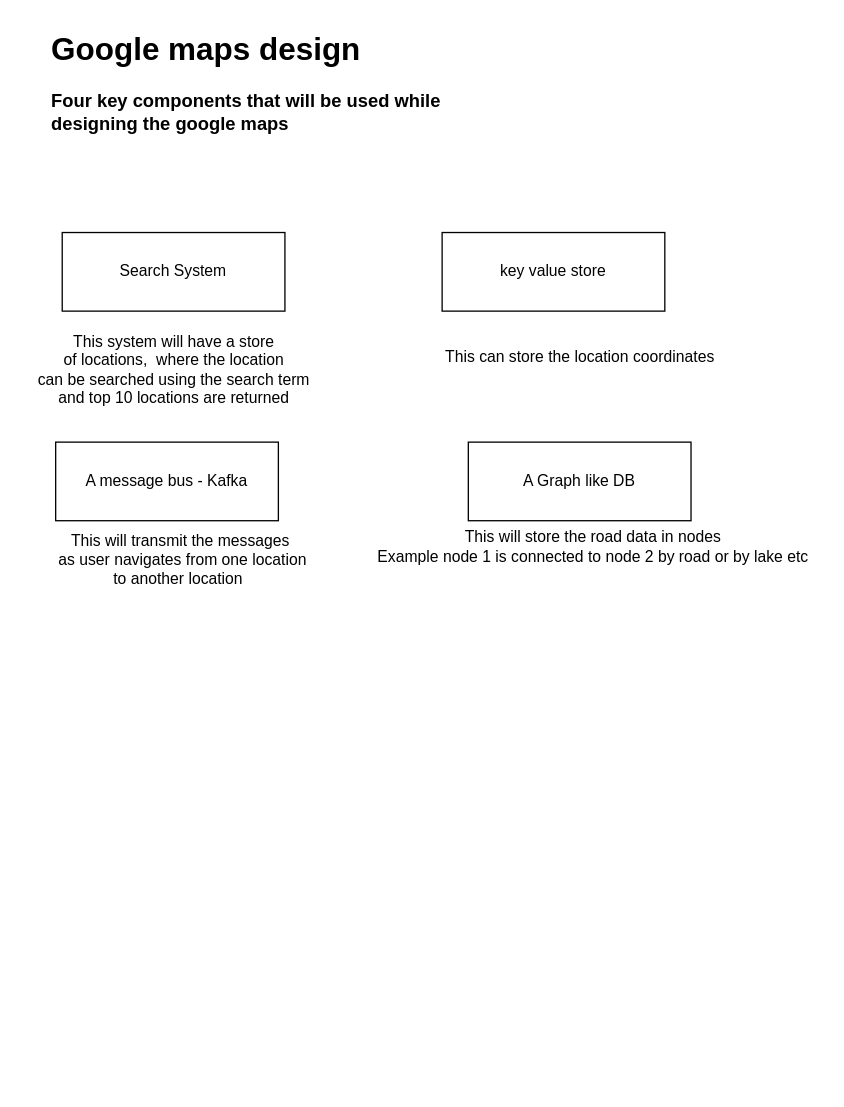
anshul1790/system-design-playground keeps this draw.io diagram as GoogleMaps HLD.drawio. Above is the earlier version. Source tidied: cells renumbered, new cells numbered last; positions are measured from the earlier drawing's top-left corner, leaving out a move shared by most shapes. Both pictures are drawn from the tidied source at 131%, with x=0, y=0 at pixel (22, 22).
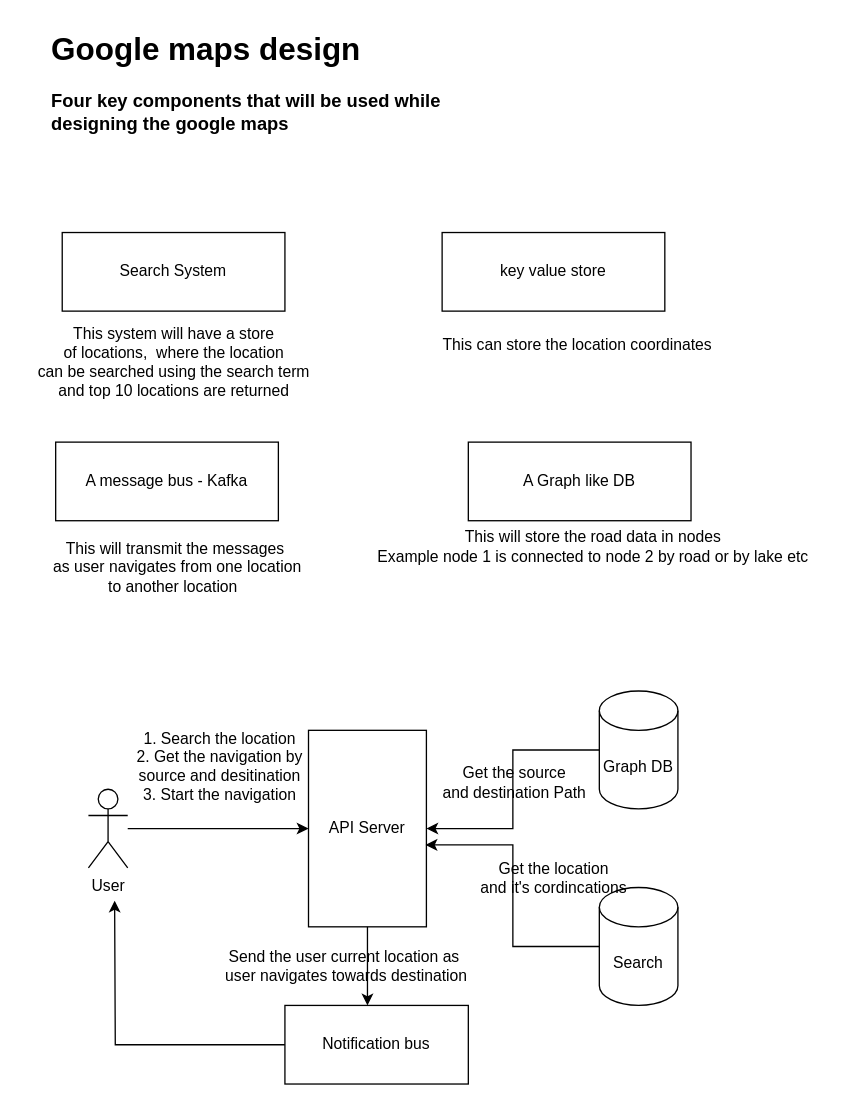
The same diagram, later.

Change to the diagram source:
```diff
@@
     <mxCell id="4" value="This system will have a store&lt;div&gt;of locations,&amp;nbsp;&amp;nbsp;&lt;span style=&quot;background-color: initial;&quot;&gt;where the location&lt;/span&gt;&lt;/div&gt;&lt;div&gt;&lt;span style=&quot;background-color: initial;&quot;&gt;can be searched&amp;nbsp;&lt;/span&gt;&lt;span style=&quot;background-color: initial;&quot;&gt;using the search term&lt;/span&gt;&lt;/div&gt;&lt;div&gt;&lt;span style=&quot;background-color: initial;&quot;&gt;and top 10 locations are returned&lt;/span&gt;&lt;/div&gt;" style="text;html=1;align=center;verticalAlign=middle;strokeColor=none;fillColor=none;" parent="1" vertex="1">
-      <mxGeometry y="230" width="230" height="70" as="geometry" />
+      <mxGeometry y="224" width="230" height="70" as="geometry" />
     </mxCell>
@@
     <mxCell id="6" value="This can store the location&amp;nbsp;&lt;span style=&quot;background-color: initial;&quot;&gt;coordinates&lt;/span&gt;" style="text;html=1;align=center;verticalAlign=middle;strokeColor=none;fillColor=none;" parent="1" vertex="1">
-      <mxGeometry x="310" y="240" width="230" height="30" as="geometry" />
+      <mxGeometry x="308" y="231" width="230" height="30" as="geometry" />
     </mxCell>
@@
     <mxCell id="8" value="This will transmit the messages&lt;div&gt;&amp;nbsp;as user navigates from one location&lt;/div&gt;&lt;div&gt;to another location&amp;nbsp;&lt;/div&gt;" style="text;html=1;align=center;verticalAlign=middle;strokeColor=none;fillColor=none;" parent="1" vertex="1">
-      <mxGeometry x="10" y="380" width="220" height="60" as="geometry" />
+      <mxGeometry x="6" y="386" width="220" height="60" as="geometry" />
     </mxCell>
@@
+    <mxCell id="11" value="API Server" style="rounded=0;whiteSpace=wrap;html=1;" parent="1" vertex="1">
+      <mxGeometry x="218" y="540" width="90" height="150" as="geometry" />
+    </mxCell>
+    <mxCell id="12" style="edgeStyle=orthogonalEdgeStyle;rounded=0;jettySize=auto;html=1;" parent="1" edge="1" source="13" target="11">
+      <mxGeometry relative="1" as="geometry" />
+    </mxCell>
+    <mxCell id="13" value="User" style="shape=umlActor;verticalLabelPosition=bottom;verticalAlign=top;html=1;outlineConnect=0;" parent="1" vertex="1">
+      <mxGeometry x="50" y="585" width="30" height="60" as="geometry" />
+    </mxCell>
+    <mxCell id="14" style="edgeStyle=orthogonalEdgeStyle;rounded=0;jettySize=auto;html=1;entryX=1;entryY=0.5;entryDx=0;entryDy=0;" parent="1" edge="1" source="15" target="11">
+      <mxGeometry relative="1" as="geometry" />
+    </mxCell>
+    <mxCell id="15" value="Graph DB" style="shape=cylinder3;whiteSpace=wrap;html=1;boundedLbl=1;backgroundOutline=1;size=15;" parent="1" vertex="1">
+      <mxGeometry x="440" y="510" width="60" height="90" as="geometry" />
+    </mxCell>
+    <mxCell id="16" value="Search" style="shape=cylinder3;whiteSpace=wrap;html=1;boundedLbl=1;backgroundOutline=1;size=15;" parent="1" vertex="1">
+      <mxGeometry x="440" y="660" width="60" height="90" as="geometry" />
+    </mxCell>
+    <mxCell id="17" style="edgeStyle=orthogonalEdgeStyle;rounded=0;jettySize=auto;html=1;entryX=0.993;entryY=0.583;entryDx=0;entryDy=0;entryPerimeter=0;" parent="1" edge="1" source="16" target="11">
+      <mxGeometry relative="1" as="geometry" />
+    </mxCell>
+    <mxCell id="18" style="edgeStyle=orthogonalEdgeStyle;rounded=0;jettySize=auto;html=1;" parent="1" edge="1" source="19">
+      <mxGeometry relative="1" as="geometry">
+        <mxPoint x="70" y="670" as="targetPoint" />
+      </mxGeometry>
+    </mxCell>
+    <mxCell id="19" value="Notification bus" style="rounded=0;whiteSpace=wrap;html=1;" parent="1" vertex="1">
+      <mxGeometry x="200" y="750" width="140" height="60" as="geometry" />
+    </mxCell>
+    <mxCell id="20" style="edgeStyle=orthogonalEdgeStyle;rounded=0;jettySize=auto;html=1;entryX=0.45;entryY=0;entryDx=0;entryDy=0;entryPerimeter=0;" parent="1" edge="1" source="11" target="19">
+      <mxGeometry relative="1" as="geometry" />
+    </mxCell>
+    <mxCell id="21" value="1. Search the location&lt;div&gt;2. Get the navigation by&lt;/div&gt;&lt;div&gt;source and desitination&lt;/div&gt;&lt;div&gt;3. Start the navigation&lt;/div&gt;&lt;div&gt;&lt;br&gt;&lt;/div&gt;" style="text;html=1;align=center;verticalAlign=middle;strokeColor=none;fillColor=none;" parent="1" vertex="1">
+      <mxGeometry x="75" y="530" width="150" height="90" as="geometry" />
+    </mxCell>
+    <mxCell id="22" value="Get the location&lt;div&gt;and it's cordincations&lt;/div&gt;" style="text;html=1;align=center;verticalAlign=middle;strokeColor=none;fillColor=none;" parent="1" vertex="1">
+      <mxGeometry x="335" y="633" width="140" height="40" as="geometry" />
+    </mxCell>
+    <mxCell id="23" value="Get the source&lt;div&gt;and destination Path&lt;/div&gt;" style="text;html=1;align=center;verticalAlign=middle;strokeColor=none;fillColor=none;" parent="1" vertex="1">
+      <mxGeometry x="310" y="560" width="130" height="40" as="geometry" />
+    </mxCell>
+    <mxCell id="24" value="Send the user current location as&lt;div&gt;&amp;nbsp;user navigates towards destination&lt;/div&gt;" style="text;html=1;align=center;verticalAlign=middle;strokeColor=none;fillColor=none;" parent="1" vertex="1">
+      <mxGeometry x="140" y="700" width="210" height="40" as="geometry" />
+    </mxCell>
```
